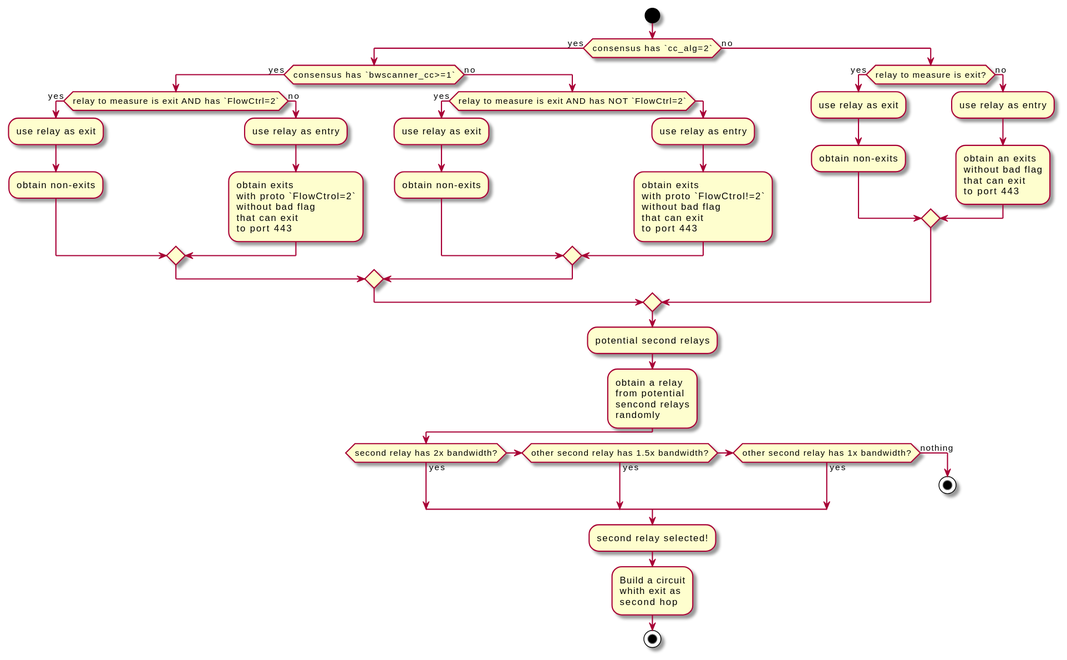
Before: docs/source/images/activity_second_relay.svg, a diagram exported from PlantUML (anyone-protocol/sbws).
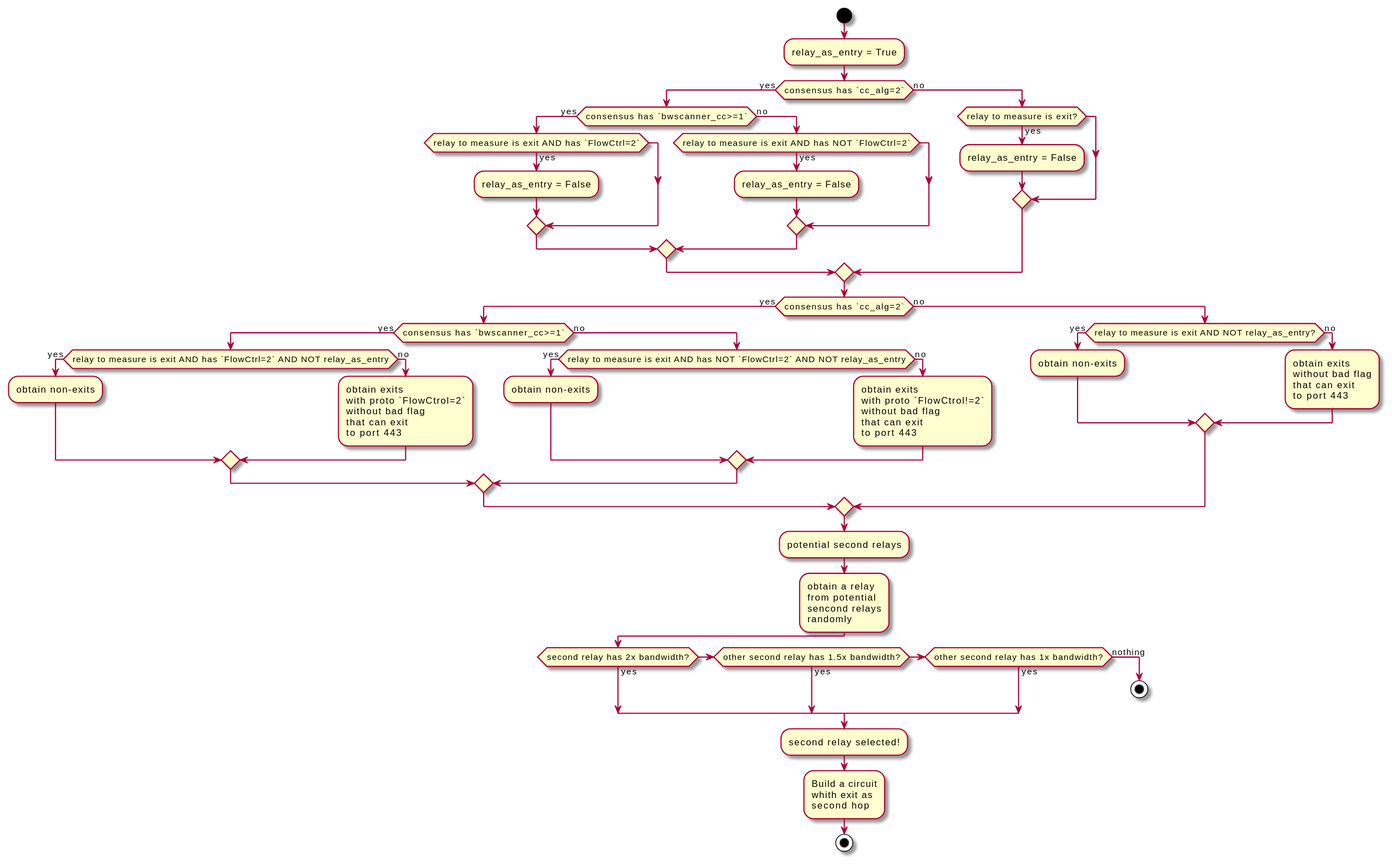
After the change.

Commit message:
chg: When an exit fail to exit, check CC

Diff of the diagram source:
```diff
@@ -2,13 +2,29 @@
 
 start
 
+:relay_as_entry = True;
 if (consensus has `cc_alg=2`) then (yes)
   if (consensus has `bwscanner_cc>=1`) then (yes)
     if (relay to measure is exit AND has `FlowCtrl=2`) then (yes)
-      :use relay as exit;
+      :relay_as_entry = False;
+    endif
+  else (no)
+    if (relay to measure is exit AND has NOT `FlowCtrl=2`) then (yes)
+      :relay_as_entry = False;
+    endif
+  endif
+else (no)
+  if (relay to measure is exit?) then (yes)
+      :relay_as_entry = False;
+  endif
+endif
+
+
+if (consensus has `cc_alg=2`) then (yes)
+  if (consensus has `bwscanner_cc>=1`) then (yes)
+    if (relay to measure is exit AND has `FlowCtrl=2` AND NOT relay_as_entry) then (yes)
       :obtain non-exits;
     else (no)
-      :use relay as entry;
       :obtain exits
       with proto `FlowCtrol=2`
       without bad flag
@@ -16,11 +32,9 @@
       to port 443;
     endif
   else (no)
-    if (relay to measure is exit AND has NOT `FlowCtrl=2`) then (yes)
-      :use relay as exit;
+    if (relay to measure is exit AND has NOT `FlowCtrl=2` AND NOT relay_as_entry) then (yes)
       :obtain non-exits;
-    else
-      :use relay as entry;
+    else (no)
       :obtain exits
       with proto `FlowCtrol!=2`
       without bad flag
@@ -29,17 +43,16 @@
     endif
   endif
 else (no)
-  if (relay to measure is exit?) then (yes)
-    :use relay as exit;
+  if (relay to measure is exit AND NOT relay_as_entry?) then (yes)
     :obtain non-exits;
   else (no)
-    :use relay as entry;
-    :obtain an exits
+    :obtain exits
     without bad flag
     that can exit
     to port 443;
   endif
 endif
+
 
 :potential second relays;
 :obtain a relay
```
